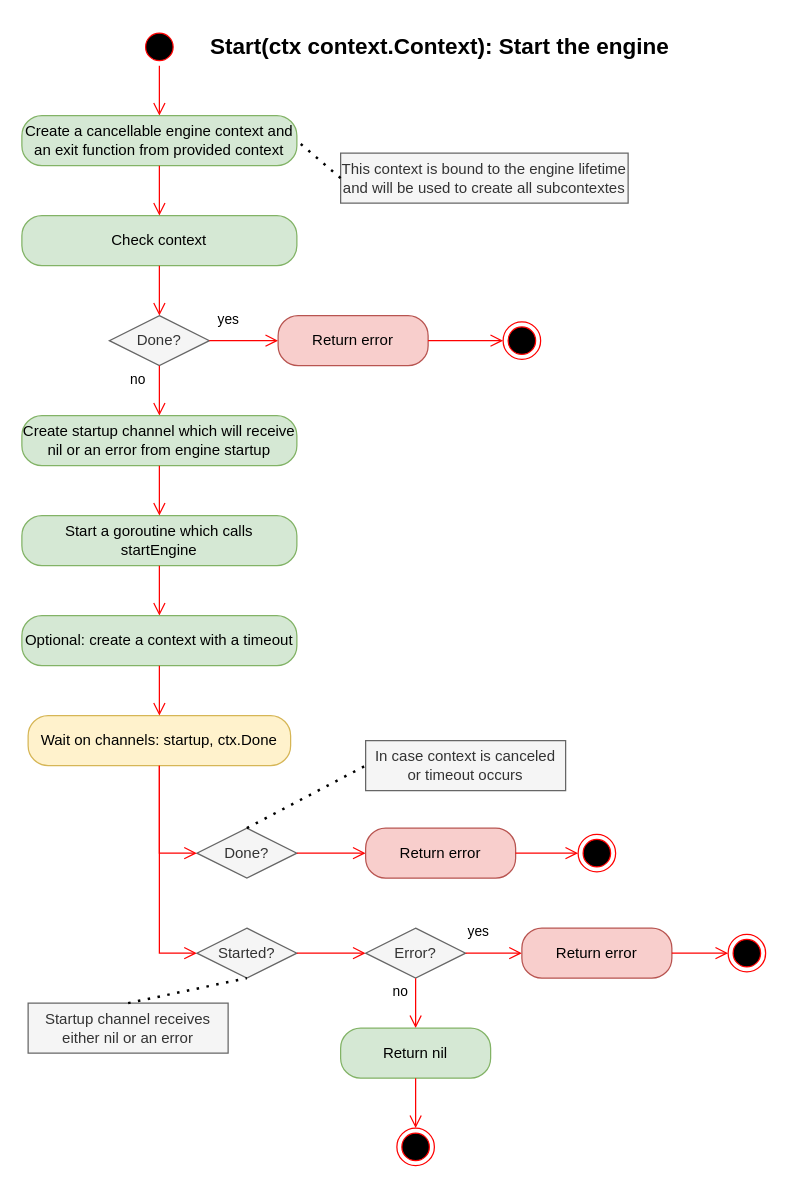
The draw.io diagram page "Start" (2 of 7) of documentation/schemas/wscontainer.drawio in gbdevw/gowse, before the edit. Source tidied: cells renumbered, new cells numbered last; positions are measured from the earlier drawing's top-left corner, leaving out a move shared by most shapes. Both pictures are drawn from the tidied source at 125%, with x=0, y=0 at pixel (21, 21).
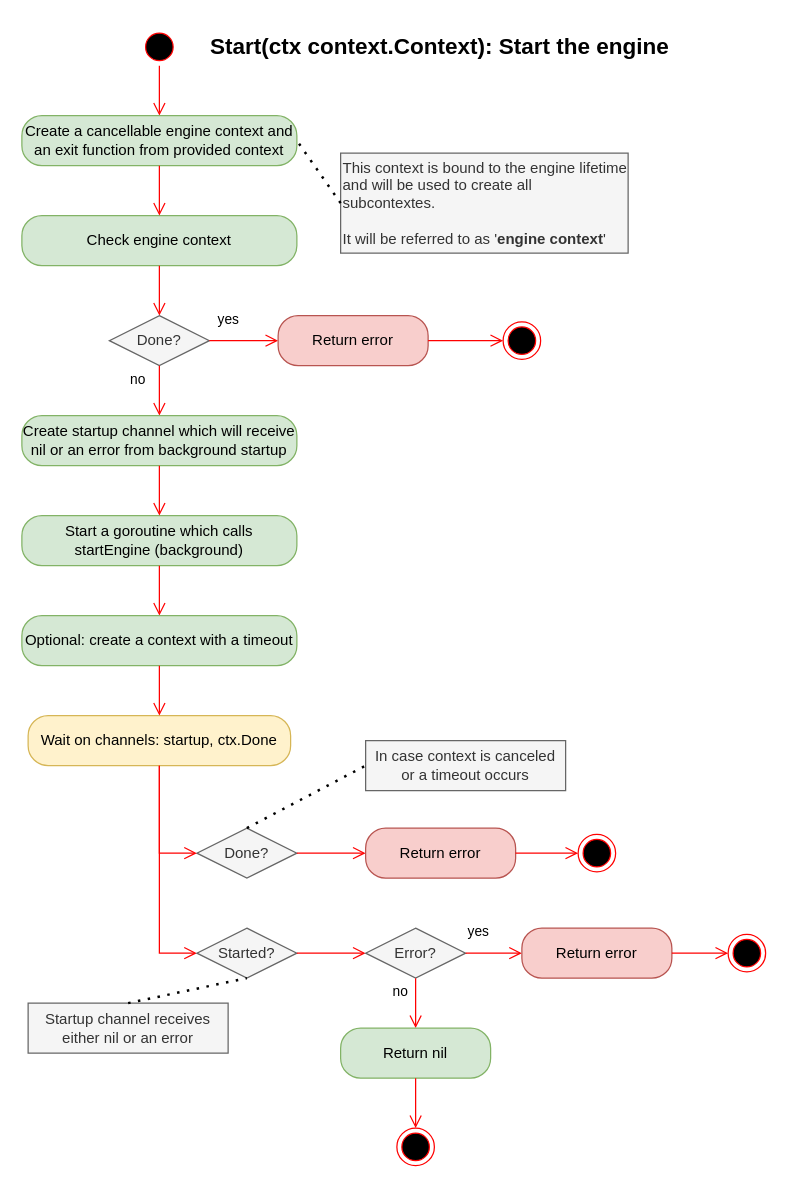
The same page after the edit.

Commit message (it also covers changes not shown here):
Doc. about engine lifecycle OK

Change to the diagram source:
```diff
@@
-    <mxCell id="4" value="Start a goroutine which calls&lt;br&gt;startEngine" style="rounded=1;whiteSpace=wrap;html=1;arcSize=40;fillColor=#d5e8d4;strokeColor=#82b366;" parent="1" vertex="1">
+    <mxCell id="4" value="Start a goroutine which calls&lt;br&gt;startEngine (background)" style="rounded=1;whiteSpace=wrap;html=1;arcSize=40;fillColor=#d5e8d4;strokeColor=#82b366;" parent="1" vertex="1">
       <mxGeometry y="395" width="220" height="40" as="geometry" />
     </mxCell>
@@
-    <mxCell id="8" value="Check context" style="rounded=1;whiteSpace=wrap;html=1;arcSize=40;fillColor=#d5e8d4;strokeColor=#82b366;" parent="1" vertex="1">
+    <mxCell id="8" value="Check engine context" style="rounded=1;whiteSpace=wrap;html=1;arcSize=40;fillColor=#d5e8d4;strokeColor=#82b366;" parent="1" vertex="1">
       <mxGeometry y="155" width="220" height="40" as="geometry" />
     </mxCell>
@@
-    <mxCell id="15" value="Create startup channel which will receive nil or an error from engine startup" style="rounded=1;whiteSpace=wrap;html=1;arcSize=40;fillColor=#d5e8d4;strokeColor=#82b366;" parent="1" vertex="1">
+    <mxCell id="15" value="Create startup channel which will receive nil or an error from background startup" style="rounded=1;whiteSpace=wrap;html=1;arcSize=40;fillColor=#d5e8d4;strokeColor=#82b366;" parent="1" vertex="1">
       <mxGeometry y="315" width="220" height="40" as="geometry" />
     </mxCell>
@@
-    <mxCell id="40" value="In case context is canceled or timeout occurs" style="rounded=0;whiteSpace=wrap;html=1;fillColor=#f5f5f5;fontColor=#333333;strokeColor=#666666;" parent="1" vertex="1">
+    <mxCell id="40" value="In case context is canceled or a timeout occurs" style="rounded=0;whiteSpace=wrap;html=1;fillColor=#f5f5f5;fontColor=#333333;strokeColor=#666666;" parent="1" vertex="1">
       <mxGeometry x="275" y="575" width="160" height="40" as="geometry" />
     </mxCell>
@@
-    <mxCell id="44" value="This context is bound to the engine lifetime and will be used to create all subcontextes" style="rounded=0;whiteSpace=wrap;html=1;fillColor=#f5f5f5;fontColor=#333333;strokeColor=#666666;" parent="1" vertex="1">
-      <mxGeometry x="255" y="105" width="230" height="40" as="geometry" />
+    <mxCell id="44" value="This context is bound to the engine lifetime and will be used to create all subcontextes.&lt;br&gt;&lt;br&gt;&lt;div style=&quot;&quot;&gt;&lt;span style=&quot;background-color: initial;&quot;&gt;It will be referred to as '&lt;b&gt;engine context&lt;/b&gt;'&lt;/span&gt;&lt;/div&gt;" style="rounded=0;whiteSpace=wrap;html=1;fillColor=#f5f5f5;fontColor=#333333;strokeColor=#666666;align=left;" parent="1" vertex="1">
+      <mxGeometry x="255" y="105" width="230" height="80" as="geometry" />
     </mxCell>
```
